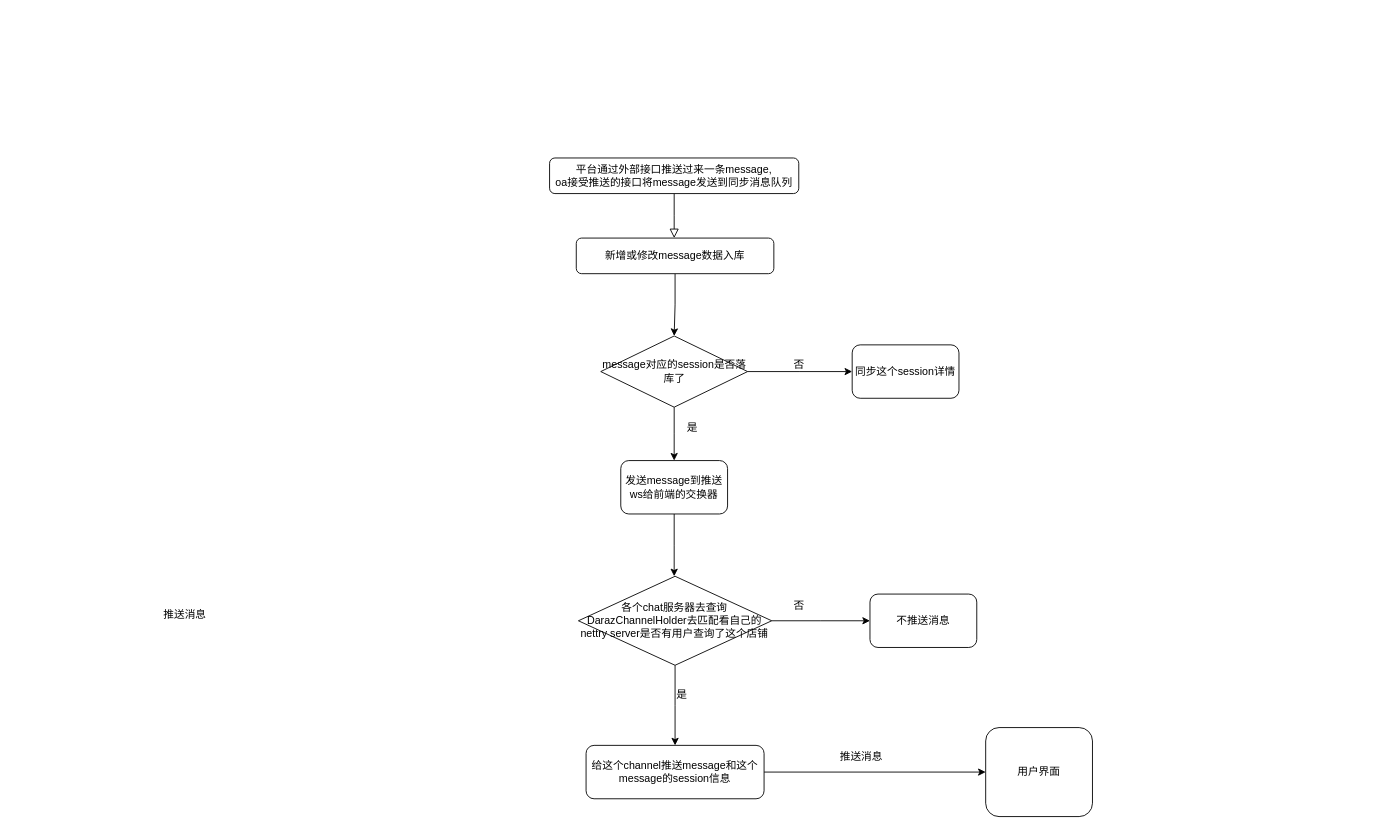
Above: daraz chat.drawio in tkbyjb/blog (draw.io), before the change. Source tidied: cells renumbered, new cells numbered last; positions are measured from the earlier drawing's top-left corner, leaving out a move shared by most shapes. Both pictures are drawn from the tidied source at 89%, with x=0, y=0 at pixel (153, 158).
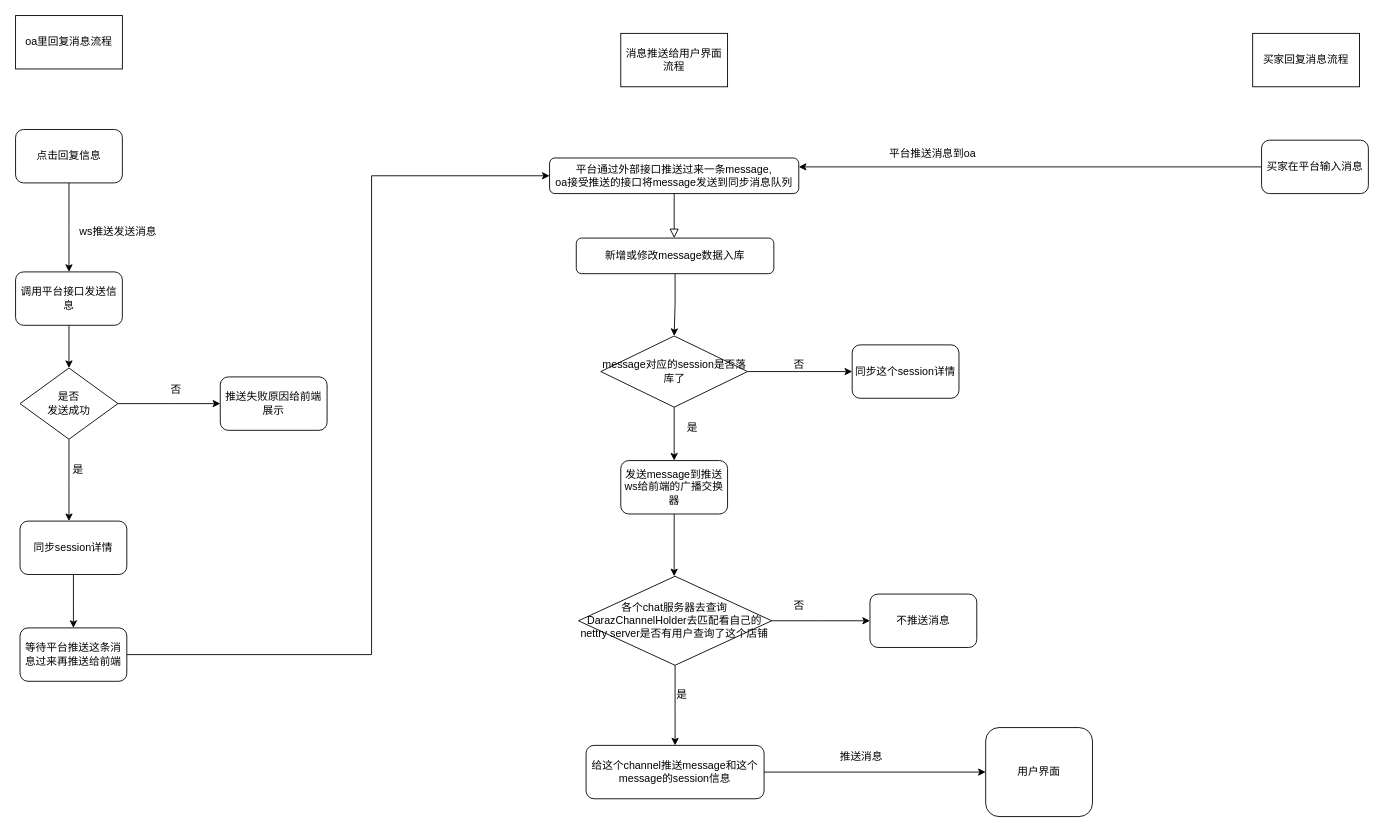
The same diagram, later.

The change refers to these unchanged cells:
```xml
<mxCell id="3" value="平台通过外部接口推送过来一条message,&lt;div&gt;oa接受推送的接口将message发送到同步消息队列&lt;br&gt;&lt;/div&gt;" style="rounded=1;whiteSpace=wrap;html=1;fontSize=12;glass=0;strokeWidth=1;shadow=0;" parent="1" vertex="1">
  <mxGeometry x="445" width="280" height="40" as="geometry" />
</mxCell>
```

What changed in the source:
```diff
@@
-    <mxCell id="13" value="发送message到推送ws给前端的交换器" style="rounded=1;whiteSpace=wrap;html=1;" parent="1" vertex="1">
+    <mxCell id="13" value="发送message到推送ws给前端的广播交换器" style="rounded=1;whiteSpace=wrap;html=1;" parent="1" vertex="1">
       <mxGeometry x="525" y="340" width="120" height="60" as="geometry" />
     </mxCell>
@@
-    <mxCell id="23" value="推送消息" style="text;html=1;align=center;verticalAlign=middle;strokeColor=none;fillColor=none;" parent="1" vertex="1">
-      <mxGeometry y="498" width="70" height="30" as="geometry" />
-    </mxCell>
@@
+    <mxCell id="25" value="消息推送给用户界面流程" style="rounded=0;whiteSpace=wrap;html=1;" parent="1" vertex="1">
+      <mxGeometry x="525" y="-140" width="120" height="60" as="geometry" />
+    </mxCell>
+    <mxCell id="26" value="oa里回复消息流程" style="rounded=0;whiteSpace=wrap;html=1;" parent="1" vertex="1">
+      <mxGeometry x="-155" y="-160" width="120" height="60" as="geometry" />
+    </mxCell>
+    <mxCell id="27" style="edgeStyle=orthogonalEdgeStyle;rounded=0;jettySize=auto;html=1;" parent="1" edge="1" source="28">
+      <mxGeometry relative="1" as="geometry">
+        <mxPoint x="-95" y="128" as="targetPoint" />
+      </mxGeometry>
+    </mxCell>
+    <mxCell id="28" value="点击回复信息" style="rounded=1;whiteSpace=wrap;html=1;" parent="1" vertex="1">
+      <mxGeometry x="-155" y="-32" width="120" height="60" as="geometry" />
+    </mxCell>
+    <mxCell id="29" value="ws推送发送消息" style="text;html=1;align=center;verticalAlign=middle;strokeColor=none;fillColor=none;" parent="1" vertex="1">
+      <mxGeometry x="-95" y="68" width="110" height="30" as="geometry" />
+    </mxCell>
+    <mxCell id="30" style="edgeStyle=orthogonalEdgeStyle;rounded=0;jettySize=auto;html=1;" parent="1" edge="1" source="31" target="34">
+      <mxGeometry relative="1" as="geometry" />
+    </mxCell>
+    <mxCell id="31" value="调用平台接口发送信息" style="rounded=1;whiteSpace=wrap;html=1;" parent="1" vertex="1">
+      <mxGeometry x="-155" y="128" width="120" height="60" as="geometry" />
+    </mxCell>
+    <mxCell id="32" style="edgeStyle=orthogonalEdgeStyle;rounded=0;jettySize=auto;html=1;" parent="1" edge="1" source="34">
+      <mxGeometry relative="1" as="geometry">
+        <mxPoint x="75" y="276" as="targetPoint" />
+      </mxGeometry>
+    </mxCell>
+    <mxCell id="33" style="edgeStyle=orthogonalEdgeStyle;rounded=0;jettySize=auto;html=1;" parent="1" edge="1" source="34">
+      <mxGeometry relative="1" as="geometry">
+        <mxPoint x="-95" y="408" as="targetPoint" />
+      </mxGeometry>
+    </mxCell>
+    <mxCell id="34" value="是否&lt;div&gt;发送成功&lt;/div&gt;" style="rhombus;whiteSpace=wrap;html=1;" parent="1" vertex="1">
+      <mxGeometry x="-150" y="236" width="110" height="80" as="geometry" />
+    </mxCell>
+    <mxCell id="35" value="否" style="text;html=1;align=center;verticalAlign=middle;strokeColor=none;fillColor=none;" parent="1" vertex="1">
+      <mxGeometry x="5" y="246" width="40" height="30" as="geometry" />
+    </mxCell>
+    <mxCell id="36" value="是" style="text;html=1;align=center;verticalAlign=middle;strokeColor=none;fillColor=none;" parent="1" vertex="1">
+      <mxGeometry x="-105" y="336" width="40" height="30" as="geometry" />
+    </mxCell>
+    <mxCell id="37" style="edgeStyle=orthogonalEdgeStyle;rounded=0;jettySize=auto;html=1;" parent="1" edge="1" source="38">
+      <mxGeometry relative="1" as="geometry">
+        <mxPoint x="-90" y="528" as="targetPoint" />
+      </mxGeometry>
+    </mxCell>
+    <mxCell id="38" value="同步session详情" style="rounded=1;whiteSpace=wrap;html=1;" parent="1" vertex="1">
+      <mxGeometry x="-150" y="408" width="120" height="60" as="geometry" />
+    </mxCell>
+    <mxCell id="39" value="推送失败原因给前端展示" style="rounded=1;whiteSpace=wrap;html=1;" parent="1" vertex="1">
+      <mxGeometry x="75" y="246" width="120" height="60" as="geometry" />
+    </mxCell>
+    <mxCell id="40" style="edgeStyle=orthogonalEdgeStyle;rounded=0;jettySize=auto;html=1;entryX=0;entryY=0.5;entryDx=0;entryDy=0;" parent="1" edge="1" source="41" target="3">
+      <mxGeometry relative="1" as="geometry">
+        <Array as="points">
+          <mxPoint x="245" y="558" />
+          <mxPoint x="245" y="20" />
+        </Array>
+      </mxGeometry>
+    </mxCell>
+    <mxCell id="41" value="等待平台推送这条消息过来再推送给前端" style="rounded=1;whiteSpace=wrap;html=1;" parent="1" vertex="1">
+      <mxGeometry x="-150" y="528" width="120" height="60" as="geometry" />
+    </mxCell>
+    <mxCell id="42" value="买家回复消息流程" style="rounded=0;whiteSpace=wrap;html=1;" parent="1" vertex="1">
+      <mxGeometry x="1235" y="-140" width="120" height="60" as="geometry" />
+    </mxCell>
+    <mxCell id="43" style="edgeStyle=orthogonalEdgeStyle;rounded=0;jettySize=auto;html=1;entryX=1;entryY=0.25;entryDx=0;entryDy=0;" parent="1" edge="1" source="44" target="3">
+      <mxGeometry relative="1" as="geometry" />
+    </mxCell>
+    <mxCell id="44" value="买家在平台输入消息" style="rounded=1;whiteSpace=wrap;html=1;" parent="1" vertex="1">
+      <mxGeometry x="1245" y="-20" width="120" height="60" as="geometry" />
+    </mxCell>
+    <mxCell id="45" value="平台推送消息到oa" style="text;html=1;align=center;verticalAlign=middle;strokeColor=none;fillColor=none;" parent="1" vertex="1">
+      <mxGeometry x="815" y="-20" width="120" height="30" as="geometry" />
+    </mxCell>
```
